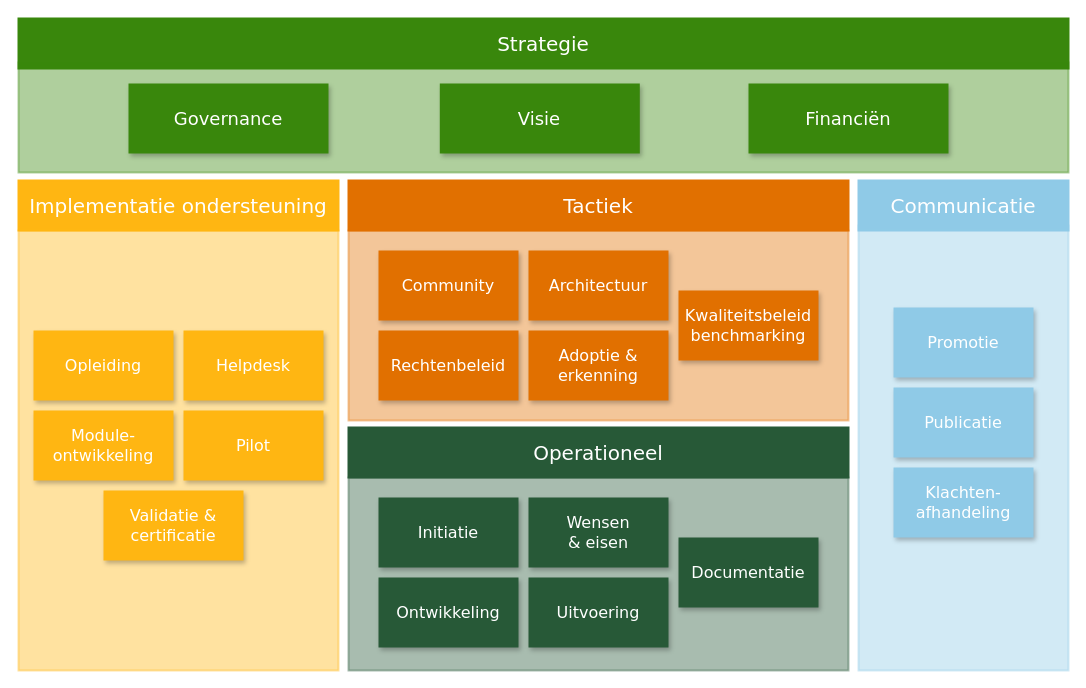
Above: page "Bomos_model_v2" (1 of 4) of media/Bomos.drawio in Logius-standaarden/OAuth-Beheermodel (draw.io), before the change. Source tidied: cells renumbered, new cells numbered last; positions are measured from the earlier drawing's top-left corner, leaving out a move shared by most shapes. Both pictures are drawn from the tidied source at 100%, with x=0, y=0 at pixel (18, 18).
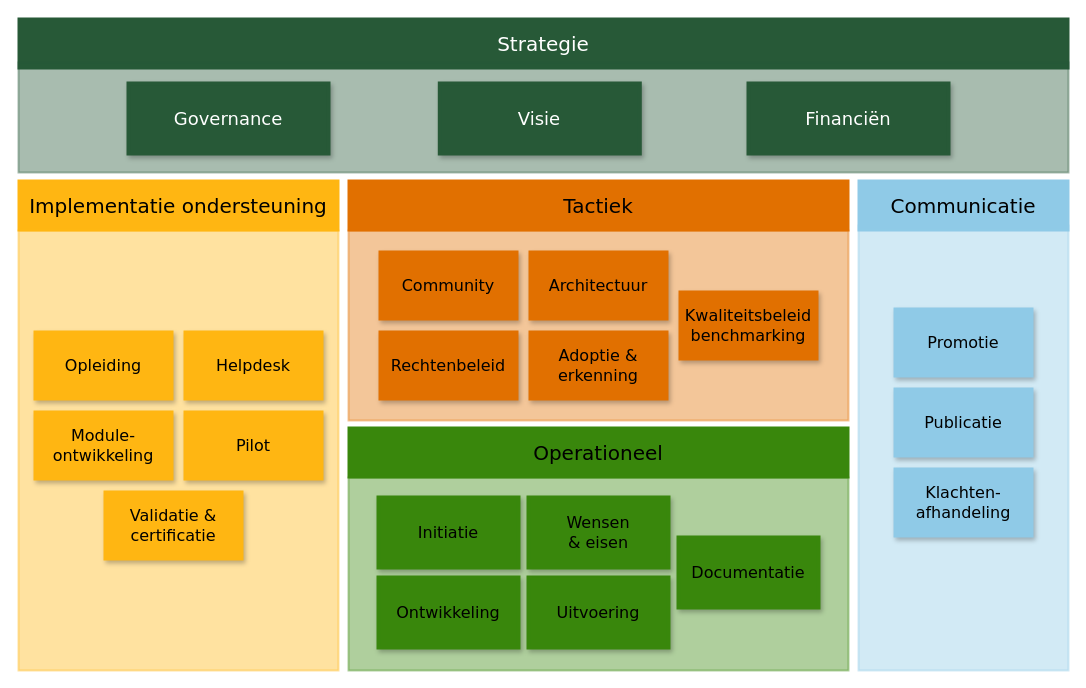
After the change.

Commit message (it also covers changes not shown here):
Bomos platen bijgewerkt voor WCAG

The edit, as a diff of the source:
```diff
@@
-    <mxCell id="2" style="rounded=0;whiteSpace=wrap;html=1;strokeWidth=2;fillColor=#275937;fontSize=16;strokeColor=#275937;shadow=0;fontFamily=Verdana;opacity=40;" parent="1" vertex="1">
+    <mxCell id="2" style="rounded=0;whiteSpace=wrap;html=1;strokeWidth=2;fillColor=#39870C;fontSize=16;strokeColor=#39870C;shadow=0;fontFamily=Verdana;opacity=40;fontColor=#000000;" parent="1" vertex="1">
       <mxGeometry x="330" y="459" width="500" height="193" as="geometry" />
     </mxCell>
-    <mxCell id="3" style="rounded=0;whiteSpace=wrap;html=1;strokeWidth=2;fillColor=#E17000;fontSize=16;strokeColor=#E17000;shadow=0;fontFamily=Verdana;opacity=40;" parent="1" vertex="1">
+    <mxCell id="3" style="rounded=0;whiteSpace=wrap;html=1;strokeWidth=2;fillColor=#E17000;fontSize=16;strokeColor=#E17000;shadow=0;fontFamily=Verdana;opacity=40;fontColor=#000000;" parent="1" vertex="1">
       <mxGeometry x="330" y="212" width="500" height="190" as="geometry" />
     </mxCell>
-    <mxCell id="4" style="rounded=0;whiteSpace=wrap;html=1;strokeWidth=2;fillColor=#8FCAE7;fontSize=16;strokeColor=#8FCAE7;shadow=0;fontFamily=Verdana;opacity=40;" parent="1" vertex="1">
+    <mxCell id="4" style="rounded=0;whiteSpace=wrap;html=1;strokeWidth=2;fillColor=#8FCAE7;fontSize=16;strokeColor=#8FCAE7;shadow=0;fontFamily=Verdana;opacity=40;fontColor=#000000;" parent="1" vertex="1">
       <mxGeometry x="840" y="207" width="210" height="445" as="geometry" />
     </mxCell>
-    <mxCell id="5" style="rounded=0;whiteSpace=wrap;html=1;strokeWidth=2;fillColor=#FFB612;fontSize=16;strokeColor=#FFB612;shadow=0;fontFamily=Verdana;opacity=40;" parent="1" vertex="1">
+    <mxCell id="5" style="rounded=0;whiteSpace=wrap;html=1;strokeWidth=2;fillColor=#FFB612;fontSize=16;strokeColor=#FFB612;shadow=0;fontFamily=Verdana;opacity=40;fontColor=#000000;" parent="1" vertex="1">
       <mxGeometry y="212" width="320" height="440" as="geometry" />
     </mxCell>
-    <mxCell id="6" value="&lt;font style=&quot;font-size: 20px;&quot; color=&quot;#ffffff&quot;&gt;Strategie&lt;/font&gt;" style="rounded=0;whiteSpace=wrap;html=1;strokeWidth=2;fillColor=#39870C;fontSize=20;strokeColor=#39870C;shadow=0;fontFamily=Verdana;" parent="1" vertex="1">
+    <mxCell id="6" value="&lt;font style=&quot;font-size: 20px;&quot;&gt;Strategie&lt;/font&gt;" style="rounded=0;whiteSpace=wrap;html=1;strokeWidth=2;fillColor=#275937;fontSize=20;strokeColor=#275937;shadow=0;fontFamily=Verdana;fontColor=#FFFFFF;" parent="1" vertex="1">
       <mxGeometry width="1050" height="50" as="geometry" />
     </mxCell>
-    <mxCell id="7" style="rounded=0;whiteSpace=wrap;html=1;strokeWidth=2;fillColor=#39870C;fontSize=16;strokeColor=#39870C;shadow=0;fontFamily=Verdana;opacity=40;" parent="1" vertex="1">
+    <mxCell id="7" style="rounded=0;whiteSpace=wrap;html=1;strokeWidth=2;fillColor=#275937;fontSize=16;strokeColor=#275937;shadow=0;fontFamily=Verdana;opacity=40;fontColor=#FFFFFF;" parent="1" vertex="1">
       <mxGeometry y="44" width="1050" height="110" as="geometry" />
     </mxCell>
-    <mxCell id="8" value="&lt;font style=&quot;font-size: 18px&quot; color=&quot;#ffffff&quot;&gt;Visie&lt;/font&gt;" style="rounded=0;whiteSpace=wrap;html=1;strokeWidth=4;fillColor=#39870C;fontSize=16;strokeColor=none;shadow=1;fontFamily=Verdana;" parent="1" vertex="1">
+    <mxCell id="8" value="&lt;font style=&quot;font-size: 18px&quot;&gt;Visie&lt;/font&gt;" style="rounded=0;whiteSpace=wrap;html=1;strokeWidth=4;fillColor=#275937;fontSize=16;strokeColor=#275937;shadow=1;fontFamily=Verdana;fontColor=#FFFFFF;" parent="1" vertex="1">
       <mxGeometry x="421.3" y="65" width="200" height="70" as="geometry" />
     </mxCell>
-    <mxCell id="9" value="&lt;font style=&quot;font-size: 18px&quot; color=&quot;#ffffff&quot;&gt;Financiën&lt;/font&gt;" style="rounded=0;whiteSpace=wrap;html=1;strokeWidth=4;fillColor=#39870C;fontSize=16;strokeColor=none;shadow=1;fontFamily=Verdana;" parent="1" vertex="1">
+    <mxCell id="9" value="&lt;font style=&quot;font-size: 18px&quot;&gt;Financiën&lt;/font&gt;" style="rounded=0;whiteSpace=wrap;html=1;strokeWidth=4;fillColor=#275937;fontSize=16;strokeColor=#275937;shadow=1;fontFamily=Verdana;fontColor=#FFFFFF;" parent="1" vertex="1">
       <mxGeometry x="730" y="65" width="200" height="70" as="geometry" />
     </mxCell>
-    <mxCell id="10" value="&lt;font style=&quot;font-size: 16px&quot; color=&quot;#ffffff&quot;&gt;Opleiding&lt;/font&gt;" style="rounded=0;whiteSpace=wrap;html=1;strokeWidth=4;fillColor=#FFB612;fontSize=16;strokeColor=none;shadow=1;fontFamily=Verdana;" parent="1" vertex="1">
+    <mxCell id="10" value="&lt;font style=&quot;font-size: 16px&quot;&gt;Opleiding&lt;/font&gt;" style="rounded=0;whiteSpace=wrap;html=1;strokeWidth=4;fillColor=#FFB612;fontSize=16;strokeColor=none;shadow=1;fontFamily=Verdana;fontColor=#000000;" parent="1" vertex="1">
       <mxGeometry x="15" y="312" width="140" height="70" as="geometry" />
     </mxCell>
-    <mxCell id="11" value="&lt;font style=&quot;font-size: 18px&quot; color=&quot;#ffffff&quot;&gt;Governance&lt;/font&gt;" style="rounded=0;whiteSpace=wrap;html=1;strokeWidth=4;fillColor=#39870C;fontSize=16;strokeColor=none;shadow=1;fontFamily=Verdana;" parent="1" vertex="1">
+    <mxCell id="11" value="&lt;font style=&quot;font-size: 18px&quot;&gt;Governance&lt;/font&gt;" style="rounded=0;whiteSpace=wrap;html=1;strokeWidth=4;fillColor=#275937;fontSize=16;strokeColor=#275937;shadow=1;fontFamily=Verdana;fontColor=#FFFFFF;" parent="1" vertex="1">
       <mxGeometry x="110" y="65" width="200" height="70" as="geometry" />
     </mxCell>
-    <mxCell id="12" value="&lt;font style=&quot;font-size: 16px&quot; color=&quot;#ffffff&quot;&gt;Helpdesk&lt;/font&gt;" style="rounded=0;whiteSpace=wrap;html=1;strokeWidth=4;fillColor=#FFB612;fontSize=16;strokeColor=none;shadow=1;fontFamily=Verdana;" parent="1" vertex="1">
+    <mxCell id="12" value="&lt;font style=&quot;font-size: 16px&quot;&gt;Helpdesk&lt;/font&gt;" style="rounded=0;whiteSpace=wrap;html=1;strokeWidth=4;fillColor=#FFB612;fontSize=16;strokeColor=none;shadow=1;fontFamily=Verdana;fontColor=#000000;" parent="1" vertex="1">
       <mxGeometry x="165" y="312" width="140" height="70" as="geometry" />
     </mxCell>
-    <mxCell id="13" value="&lt;font style=&quot;font-size: 16px&quot; color=&quot;#ffffff&quot;&gt;Pilot&lt;/font&gt;" style="rounded=0;whiteSpace=wrap;html=1;strokeWidth=4;fillColor=#FFB612;fontSize=16;strokeColor=none;shadow=1;fontFamily=Verdana;" parent="1" vertex="1">
+    <mxCell id="13" value="&lt;font style=&quot;font-size: 16px&quot;&gt;Pilot&lt;/font&gt;" style="rounded=0;whiteSpace=wrap;html=1;strokeWidth=4;fillColor=#FFB612;fontSize=16;strokeColor=none;shadow=1;fontFamily=Verdana;fontColor=#000000;" parent="1" vertex="1">
       <mxGeometry x="165" y="392" width="140" height="70" as="geometry" />
     </mxCell>
-    <mxCell id="14" value="&lt;font style=&quot;font-size: 16px&quot; color=&quot;#ffffff&quot;&gt;Module- ontwikkeling&lt;/font&gt;" style="rounded=0;whiteSpace=wrap;html=1;strokeWidth=4;fillColor=#FFB612;fontSize=16;strokeColor=none;shadow=1;fontFamily=Verdana;" parent="1" vertex="1">
+    <mxCell id="14" value="&lt;font style=&quot;font-size: 16px&quot;&gt;Module- ontwikkeling&lt;/font&gt;" style="rounded=0;whiteSpace=wrap;html=1;strokeWidth=4;fillColor=#FFB612;fontSize=16;strokeColor=none;shadow=1;fontFamily=Verdana;fontColor=#000000;" parent="1" vertex="1">
       <mxGeometry x="15" y="392" width="140" height="70" as="geometry" />
     </mxCell>
-    <mxCell id="15" value="&lt;font style=&quot;font-size: 16px&quot; color=&quot;#ffffff&quot;&gt;Validatie &amp;amp; certificatie&lt;/font&gt;" style="rounded=0;whiteSpace=wrap;html=1;strokeWidth=4;fillColor=#FFB612;fontSize=16;strokeColor=none;shadow=1;fontFamily=Verdana;" parent="1" vertex="1">
+    <mxCell id="15" value="&lt;font style=&quot;font-size: 16px&quot;&gt;Validatie &amp;amp; certificatie&lt;/font&gt;" style="rounded=0;whiteSpace=wrap;html=1;strokeWidth=4;fillColor=#FFB612;fontSize=16;strokeColor=none;shadow=1;fontFamily=Verdana;fontColor=#000000;" parent="1" vertex="1">
       <mxGeometry x="85" y="472" width="140" height="70" as="geometry" />
     </mxCell>
-    <mxCell id="16" value="&lt;font style=&quot;font-size: 20px;&quot; color=&quot;#ffffff&quot;&gt;Implementatie ondersteuning&lt;/font&gt;" style="rounded=0;whiteSpace=wrap;html=1;strokeWidth=2;fillColor=#FFB612;fontSize=20;strokeColor=#FFB612;shadow=0;fontFamily=Verdana;" parent="1" vertex="1">
+    <mxCell id="16" value="&lt;font style=&quot;font-size: 20px;&quot;&gt;Implementatie ondersteuning&lt;/font&gt;" style="rounded=0;whiteSpace=wrap;html=1;strokeWidth=2;fillColor=#FFB612;fontSize=20;strokeColor=#FFB612;shadow=0;fontFamily=Verdana;fontColor=#000000;" parent="1" vertex="1">
       <mxGeometry y="162" width="320" height="50" as="geometry" />
     </mxCell>
-    <mxCell id="17" value="&lt;font style=&quot;font-size: 20px;&quot;&gt;Tactiek&lt;/font&gt;" style="rounded=0;whiteSpace=wrap;html=1;strokeWidth=2;fillColor=#E17000;fontSize=20;strokeColor=#E17000;shadow=0;fontFamily=Verdana;fontColor=#FFFFFF;" parent="1" vertex="1">
+    <mxCell id="17" value="&lt;font style=&quot;font-size: 20px;&quot;&gt;Tactiek&lt;/font&gt;" style="rounded=0;whiteSpace=wrap;html=1;strokeWidth=2;fillColor=#E17000;fontSize=20;strokeColor=#E17000;shadow=0;fontFamily=Verdana;fontColor=#000000;" parent="1" vertex="1">
       <mxGeometry x="330" y="162" width="500" height="50" as="geometry" />
     </mxCell>
-    <mxCell id="18" value="&lt;font style=&quot;font-size: 20px;&quot; color=&quot;#ffffff&quot;&gt;Communicatie&lt;/font&gt;" style="rounded=0;whiteSpace=wrap;html=1;strokeWidth=2;fillColor=#8FCAE7;fontSize=20;strokeColor=#8FCAE7;shadow=0;fontFamily=Verdana;" parent="1" vertex="1">
+    <mxCell id="18" value="&lt;font style=&quot;font-size: 20px;&quot;&gt;Communicatie&lt;/font&gt;" style="rounded=0;whiteSpace=wrap;html=1;strokeWidth=2;fillColor=#8FCAE7;fontSize=20;strokeColor=#8FCAE7;shadow=0;fontFamily=Verdana;fontColor=#000000;" parent="1" vertex="1">
       <mxGeometry x="840" y="162" width="210" height="50" as="geometry" />
     </mxCell>
-    <mxCell id="19" value="&lt;font style=&quot;font-size: 20px;&quot; color=&quot;#ffffff&quot;&gt;Operationeel&lt;/font&gt;" style="rounded=0;whiteSpace=wrap;html=1;strokeWidth=2;fillColor=#275937;fontSize=20;strokeColor=#275937;shadow=0;fontFamily=Verdana;" parent="1" vertex="1">
+    <mxCell id="19" value="&lt;font style=&quot;font-size: 20px;&quot;&gt;Operationeel&lt;/font&gt;" style="rounded=0;whiteSpace=wrap;html=1;strokeWidth=2;fillColor=#39870C;fontSize=20;strokeColor=#39870C;shadow=0;fontFamily=Verdana;fontColor=#000000;" parent="1" vertex="1">
       <mxGeometry x="330" y="409" width="500" height="50" as="geometry" />
     </mxCell>
-    <mxCell id="20" value="&lt;font style=&quot;font-size: 16px&quot; color=&quot;#ffffff&quot;&gt;Community&lt;/font&gt;" style="rounded=0;whiteSpace=wrap;html=1;strokeWidth=4;fillColor=#E17000;fontSize=16;strokeColor=none;shadow=1;fontFamily=Verdana;" parent="1" vertex="1">
+    <mxCell id="20" value="&lt;font style=&quot;font-size: 16px&quot;&gt;Community&lt;/font&gt;" style="rounded=0;whiteSpace=wrap;html=1;strokeWidth=4;fillColor=#E17000;fontSize=16;strokeColor=none;shadow=1;fontFamily=Verdana;fontColor=#000000;" parent="1" vertex="1">
       <mxGeometry x="360" y="232" width="140" height="70" as="geometry" />
     </mxCell>
-    <mxCell id="21" value="&lt;font style=&quot;font-size: 16px&quot; color=&quot;#ffffff&quot;&gt;Architectuur&lt;/font&gt;" style="rounded=0;whiteSpace=wrap;html=1;strokeWidth=4;fillColor=#E17000;fontSize=16;strokeColor=none;shadow=1;fontFamily=Verdana;" parent="1" vertex="1">
+    <mxCell id="21" value="&lt;font style=&quot;font-size: 16px&quot;&gt;Architectuur&lt;/font&gt;" style="rounded=0;whiteSpace=wrap;html=1;strokeWidth=4;fillColor=#E17000;fontSize=16;strokeColor=none;shadow=1;fontFamily=Verdana;fontColor=#000000;" parent="1" vertex="1">
       <mxGeometry x="510" y="232" width="140" height="70" as="geometry" />
     </mxCell>
-    <mxCell id="22" value="&lt;font style=&quot;font-size: 16px&quot; color=&quot;#ffffff&quot;&gt;Kwaliteitsbeleid benchmarking&lt;/font&gt;" style="rounded=0;whiteSpace=wrap;html=1;strokeWidth=4;fillColor=#E17000;fontSize=16;strokeColor=none;shadow=1;fontFamily=Verdana;" parent="1" vertex="1">
+    <mxCell id="22" value="&lt;font style=&quot;font-size: 16px&quot;&gt;Kwaliteitsbeleid benchmarking&lt;/font&gt;" style="rounded=0;whiteSpace=wrap;html=1;strokeWidth=4;fillColor=#E17000;fontSize=16;strokeColor=none;shadow=1;fontFamily=Verdana;fontColor=#000000;" parent="1" vertex="1">
       <mxGeometry x="660" y="272" width="140" height="70" as="geometry" />
     </mxCell>
-    <mxCell id="23" value="&lt;font style=&quot;font-size: 16px&quot; color=&quot;#ffffff&quot;&gt;Rechtenbeleid&lt;/font&gt;" style="rounded=0;whiteSpace=wrap;html=1;strokeWidth=4;fillColor=#E17000;fontSize=16;strokeColor=none;shadow=1;fontFamily=Verdana;" parent="1" vertex="1">
+    <mxCell id="23" value="&lt;font style=&quot;font-size: 16px&quot;&gt;Rechtenbeleid&lt;/font&gt;" style="rounded=0;whiteSpace=wrap;html=1;strokeWidth=4;fillColor=#E17000;fontSize=16;strokeColor=none;shadow=1;fontFamily=Verdana;fontColor=#000000;" parent="1" vertex="1">
       <mxGeometry x="360" y="312" width="140" height="70" as="geometry" />
     </mxCell>
-    <mxCell id="24" value="&lt;font style=&quot;font-size: 16px&quot; color=&quot;#ffffff&quot;&gt;Adoptie &amp;amp; erkenning&lt;/font&gt;" style="rounded=0;whiteSpace=wrap;html=1;strokeWidth=4;fillColor=#E17000;fontSize=16;strokeColor=none;shadow=1;fontFamily=Verdana;" parent="1" vertex="1">
+    <mxCell id="24" value="&lt;font style=&quot;font-size: 16px&quot;&gt;Adoptie &amp;amp; erkenning&lt;/font&gt;" style="rounded=0;whiteSpace=wrap;html=1;strokeWidth=4;fillColor=#E17000;fontSize=16;strokeColor=none;shadow=1;fontFamily=Verdana;fontColor=#000000;" parent="1" vertex="1">
       <mxGeometry x="510" y="312" width="140" height="70" as="geometry" />
     </mxCell>
-    <mxCell id="25" value="&lt;font style=&quot;font-size: 16px&quot; color=&quot;#ffffff&quot;&gt;Initiatie&lt;/font&gt;" style="rounded=0;whiteSpace=wrap;html=1;strokeWidth=4;fillColor=#275937;fontSize=16;strokeColor=none;shadow=1;fontFamily=Verdana;" parent="1" vertex="1">
+    <mxCell id="25" value="&lt;font style=&quot;font-size: 16px&quot;&gt;Initiatie&lt;/font&gt;" style="rounded=0;whiteSpace=wrap;html=1;strokeWidth=4;fillColor=#39870C;fontSize=16;strokeColor=#39870C;shadow=1;fontFamily=Verdana;fontColor=#000000;" parent="1" vertex="1">
       <mxGeometry x="360" y="479" width="140" height="70" as="geometry" />
     </mxCell>
-    <mxCell id="26" value="&lt;font style=&quot;font-size: 16px&quot; color=&quot;#ffffff&quot;&gt;Ontwikkeling&lt;/font&gt;" style="rounded=0;whiteSpace=wrap;html=1;strokeWidth=4;fillColor=#275937;fontSize=16;strokeColor=none;shadow=1;fontFamily=Verdana;" parent="1" vertex="1">
+    <mxCell id="26" value="&lt;font style=&quot;font-size: 16px&quot;&gt;Ontwikkeling&lt;/font&gt;" style="rounded=0;whiteSpace=wrap;html=1;strokeWidth=4;fillColor=#39870C;fontSize=16;strokeColor=#39870C;shadow=1;fontFamily=Verdana;fontColor=#000000;" parent="1" vertex="1">
       <mxGeometry x="360" y="559" width="140" height="70" as="geometry" />
     </mxCell>
-    <mxCell id="27" value="&lt;font style=&quot;font-size: 16px&quot; color=&quot;#ffffff&quot;&gt;Uitvoering&lt;/font&gt;" style="rounded=0;whiteSpace=wrap;html=1;strokeWidth=4;fillColor=#275937;fontSize=16;strokeColor=none;shadow=1;fontFamily=Verdana;" parent="1" vertex="1">
+    <mxCell id="27" value="&lt;font style=&quot;font-size: 16px&quot;&gt;Uitvoering&lt;/font&gt;" style="rounded=0;whiteSpace=wrap;html=1;strokeWidth=4;fillColor=#39870C;fontSize=16;strokeColor=#39870C;shadow=1;fontFamily=Verdana;fontColor=#000000;" parent="1" vertex="1">
       <mxGeometry x="510" y="559" width="140" height="70" as="geometry" />
     </mxCell>
-    <mxCell id="28" value="&lt;font style=&quot;font-size: 16px&quot; color=&quot;#ffffff&quot;&gt;Wensen &lt;br&gt;&amp;amp; eisen&lt;/font&gt;" style="rounded=0;whiteSpace=wrap;html=1;strokeWidth=4;fillColor=#275937;fontSize=16;strokeColor=none;shadow=1;fontFamily=Verdana;" parent="1" vertex="1">
+    <mxCell id="28" value="&lt;font style=&quot;font-size: 16px&quot;&gt;Wensen &lt;br&gt;&amp;amp; eisen&lt;/font&gt;" style="rounded=0;whiteSpace=wrap;html=1;strokeWidth=4;fillColor=#39870C;fontSize=16;strokeColor=#39870C;shadow=1;fontFamily=Verdana;fontColor=#000000;" parent="1" vertex="1">
       <mxGeometry x="510" y="479" width="140" height="70" as="geometry" />
     </mxCell>
-    <mxCell id="29" value="&lt;font style=&quot;font-size: 16px&quot; color=&quot;#ffffff&quot;&gt;Documentatie&lt;/font&gt;" style="rounded=0;whiteSpace=wrap;html=1;strokeWidth=4;fillColor=#275937;fontSize=16;strokeColor=none;shadow=1;fontFamily=Verdana;" parent="1" vertex="1">
+    <mxCell id="29" value="&lt;font style=&quot;font-size: 16px&quot;&gt;Documentatie&lt;/font&gt;" style="rounded=0;whiteSpace=wrap;html=1;strokeWidth=4;fillColor=#39870C;fontSize=16;strokeColor=#39870C;shadow=1;fontFamily=Verdana;fontColor=#000000;" parent="1" vertex="1">
       <mxGeometry x="660" y="519" width="140" height="70" as="geometry" />
     </mxCell>
-    <mxCell id="30" value="&lt;font style=&quot;font-size: 16px&quot; color=&quot;#ffffff&quot;&gt;Promotie&lt;/font&gt;" style="rounded=0;whiteSpace=wrap;html=1;strokeWidth=4;fillColor=#8FCAE7;fontSize=16;strokeColor=none;shadow=1;fontFamily=Verdana;" parent="1" vertex="1">
+    <mxCell id="30" value="&lt;font style=&quot;font-size: 16px&quot;&gt;Promotie&lt;/font&gt;" style="rounded=0;whiteSpace=wrap;html=1;strokeWidth=4;fillColor=#8FCAE7;fontSize=16;strokeColor=none;shadow=1;fontFamily=Verdana;fontColor=#000000;" parent="1" vertex="1">
       <mxGeometry x="875" y="289" width="140" height="70" as="geometry" />
     </mxCell>
-    <mxCell id="31" value="&lt;font style=&quot;font-size: 16px&quot; color=&quot;#ffffff&quot;&gt;Publicatie&lt;/font&gt;" style="rounded=0;whiteSpace=wrap;html=1;strokeWidth=4;fillColor=#8FCAE7;fontSize=16;strokeColor=none;shadow=1;fontFamily=Verdana;" parent="1" vertex="1">
+    <mxCell id="31" value="&lt;font style=&quot;font-size: 16px&quot;&gt;Publicatie&lt;/font&gt;" style="rounded=0;whiteSpace=wrap;html=1;strokeWidth=4;fillColor=#8FCAE7;fontSize=16;strokeColor=none;shadow=1;fontFamily=Verdana;fontColor=#000000;" parent="1" vertex="1">
       <mxGeometry x="875" y="369" width="140" height="70" as="geometry" />
     </mxCell>
-    <mxCell id="32" value="&lt;font style=&quot;font-size: 16px&quot; color=&quot;#ffffff&quot;&gt;Klachten- afhandeling&lt;/font&gt;" style="rounded=0;whiteSpace=wrap;html=1;strokeWidth=4;fillColor=#8FCAE7;fontSize=16;strokeColor=none;shadow=1;fontFamily=Verdana;" parent="1" vertex="1">
+    <mxCell id="32" value="&lt;font style=&quot;font-size: 16px&quot;&gt;Klachten- afhandeling&lt;/font&gt;" style="rounded=0;whiteSpace=wrap;html=1;strokeWidth=4;fillColor=#8FCAE7;fontSize=16;strokeColor=none;shadow=1;fontFamily=Verdana;fontColor=#000000;" parent="1" vertex="1">
       <mxGeometry x="875" y="449" width="140" height="70" as="geometry" />
     </mxCell>
```
